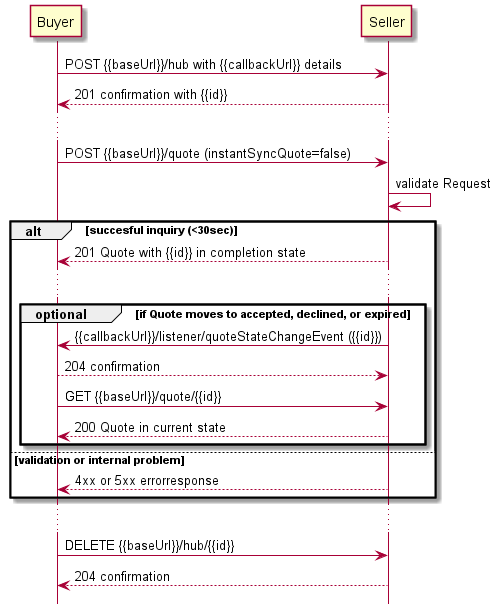
Before: documentation/productApi/quote/media/useCase1cNotification.png, a diagram exported from PlantUML (MEF-GIT/MEF-LSO-Sonata-SDK).
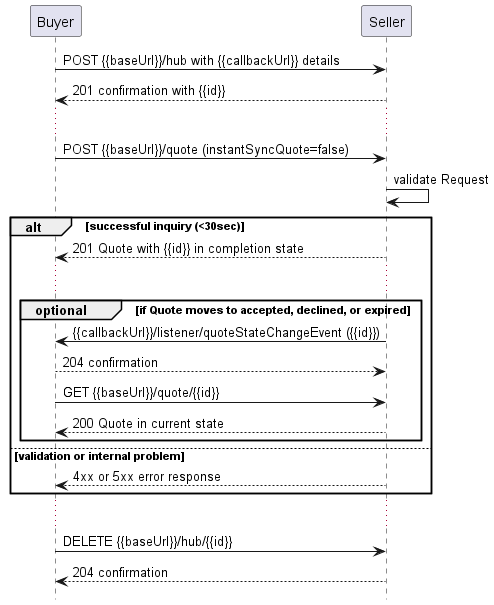
The same file after the commit.

What changed in the source:
```diff
@@ -13,7 +13,7 @@
 Buyer -> Seller : POST {{baseUrl}}/quote (instantSyncQuote=false)
 Seller -> Seller : validate Request
 
-alt succesful inquiry (<30sec)
+alt successful inquiry (<30sec)
   Seller --> Buyer : 201 Quote with {{id}} in completion state
 
   ...
@@ -26,7 +26,7 @@
   end
 
 else validation or internal problem
-  Seller --> Buyer : 4xx or 5xx errorresponse
+  Seller --> Buyer : 4xx or 5xx error response
 end
 
 ...
```
